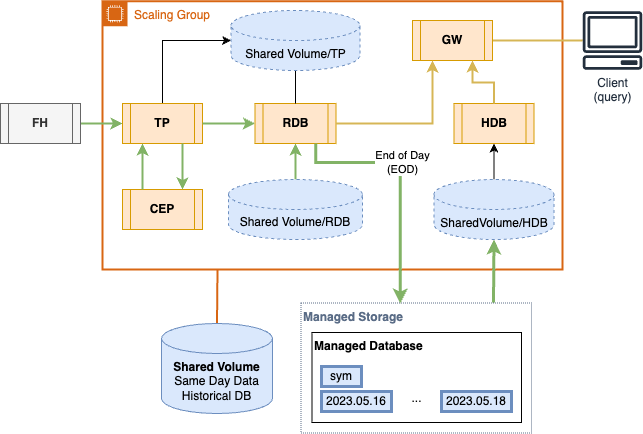
The draw.io diagram ManagedkdbInsights/basic_tick_V3/images/Deepdive Diagrams-BasicTick V3.drawio.png in aws/amazon-finspace-examples, before a commit. Source tidied: cells renumbered, new cells last; positions are measured from the earlier drawing's top-left corner, leaving out a move shared by most shapes.
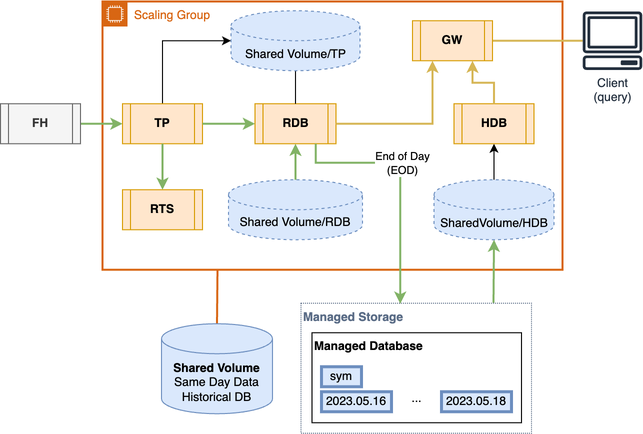
Above is the later version.

Diff of the diagram source:
```diff
@@ -61,22 +61,19 @@
         </Array>
       </mxGeometry>
     </mxCell>
-    <mxCell id="20" value="&lt;b&gt;CEP&lt;br&gt;&lt;/b&gt;" style="shape=process;whiteSpace=wrap;html=1;backgroundOutline=1;fillColor=#ffe6cc;strokeColor=#d79b00;" parent="1" vertex="1">
+    <mxCell id="20" value="&lt;b&gt;RTS&lt;br&gt;&lt;/b&gt;" style="shape=process;whiteSpace=wrap;html=1;backgroundOutline=1;fillColor=#ffe6cc;strokeColor=#d79b00;" parent="1" vertex="1">
       <mxGeometry x="122" y="188" width="80" height="40" as="geometry" />
     </mxCell>
-    <mxCell id="21" style="edgeStyle=orthogonalEdgeStyle;rounded=0;jettySize=auto;html=1;exitX=0.25;exitY=0;exitDx=0;exitDy=0;entryX=0.25;entryY=1;entryDx=0;entryDy=0;fillColor=#d5e8d4;strokeColor=#82b366;strokeWidth=2;" parent="1" edge="1" source="20" target="6">
+    <mxCell id="21" style="edgeStyle=orthogonalEdgeStyle;rounded=0;jettySize=auto;html=1;exitX=0.5;exitY=0;exitDx=0;exitDy=0;entryX=0.5;entryY=1;entryDx=0;entryDy=0;fillColor=#d5e8d4;strokeColor=#82b366;strokeWidth=2;startArrow=classic;startFill=1;endArrow=none;endFill=0;" parent="1" edge="1" source="20" target="6">
       <mxGeometry relative="1" as="geometry" />
     </mxCell>
-    <mxCell id="22" style="edgeStyle=orthogonalEdgeStyle;rounded=0;jettySize=auto;html=1;exitX=0.75;exitY=1;exitDx=0;exitDy=0;entryX=0.75;entryY=0;entryDx=0;entryDy=0;fillColor=#d5e8d4;strokeColor=#82b366;strokeWidth=2;" parent="1" edge="1" source="6" target="20">
-      <mxGeometry relative="1" as="geometry" />
-    </mxCell>
     <mxCell id="23" style="rounded=0;jettySize=auto;html=1;strokeWidth=2;endArrow=none;endFill=0;fillColor=#ffe6cc;strokeColor=#D86613;exitX=0.25;exitY=1;exitDx=0;exitDy=0;entryX=0.5;entryY=0;entryDx=0;entryDy=0;entryPerimeter=0;" parent="1" edge="1" source="2" target="24">
       <mxGeometry relative="1" as="geometry" />
     </mxCell>
     <mxCell id="24" value="&lt;b&gt;Shared Volume&lt;/b&gt;&lt;br&gt;&lt;div&gt;Same Day Data&lt;br&gt;Historical DB&lt;/div&gt;" style="shape=cylinder3;whiteSpace=wrap;html=1;boundedLbl=1;backgroundOutline=1;size=15;fillColor=#dae8fc;strokeColor=#6c8ebf;verticalAlign=top;" parent="1" vertex="1">
       <mxGeometry x="161" y="322" width="111" height="90" as="geometry" />
     </mxCell>
-    <mxCell id="25" style="rounded=0;jettySize=auto;html=1;fillColor=#d5e8d4;strokeColor=#82b366;strokeWidth=3;entryX=0.5;entryY=1;entryDx=0;entryDy=0;entryPerimeter=0;" parent="1" edge="1" target="14">
+    <mxCell id="25" style="rounded=0;jettySize=auto;html=1;fillColor=#d5e8d4;strokeColor=#82b366;strokeWidth=2;entryX=0.5;entryY=1;entryDx=0;entryDy=0;entryPerimeter=0;" parent="1" edge="1" target="14">
       <mxGeometry relative="1" as="geometry">
         <mxPoint x="493" y="301" as="sourcePoint" />
       </mxGeometry>
@@ -96,7 +93,7 @@
     <mxCell id="30" value="&lt;div&gt;sym&lt;/div&gt;" style="rounded=0;whiteSpace=wrap;html=1;align=center;strokeWidth=3;fillColor=#dae8fc;strokeColor=#6c8ebf;" parent="1" vertex="1">
       <mxGeometry x="321" y="365" width="40" height="20" as="geometry" />
     </mxCell>
-    <mxCell id="31" style="rounded=0;jettySize=auto;html=1;fillColor=#d5e8d4;strokeColor=#82b366;strokeWidth=3;exitX=0.75;exitY=1;exitDx=0;exitDy=0;edgeStyle=orthogonalEdgeStyle;" parent="1" edge="1" source="7">
+    <mxCell id="31" style="rounded=0;jettySize=auto;html=1;fillColor=#d5e8d4;strokeColor=#82b366;strokeWidth=2;exitX=0.75;exitY=1;exitDx=0;exitDy=0;edgeStyle=orthogonalEdgeStyle;" parent="1" edge="1" source="7">
       <mxGeometry relative="1" as="geometry">
         <mxPoint x="399.8" y="302" as="targetPoint" />
         <Array as="points">
```
